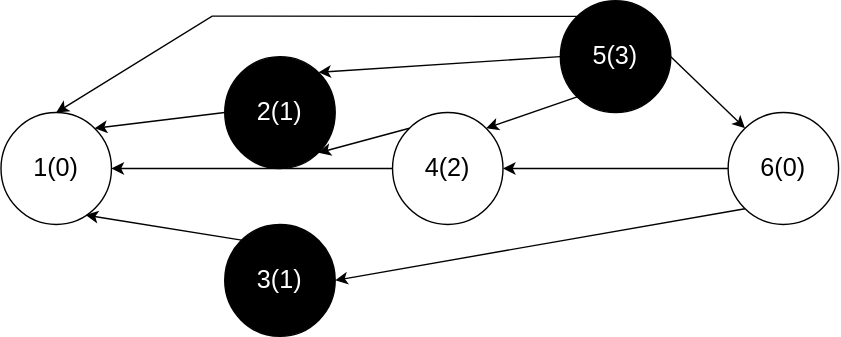
Before: graphs/game.svg, a diagram exported from draw.io (kochkozharov/dm-kursa4). Source tidied: cells renumbered, new cells last; positions are measured from the earlier drawing's top-left corner, leaving out a move shared by most shapes. The source it was exported from:
```xml
<mxGraphModel>
  <root>
    <mxCell id="0" />
    <mxCell id="1" parent="0" />
    <mxCell id="2" value="1(0)" style="ellipse;whiteSpace=wrap;html=1;fontSize=18;" parent="1" vertex="1">
      <mxGeometry y="80" width="79" height="80" as="geometry" />
    </mxCell>
    <mxCell id="3" value="6(0)" style="ellipse;whiteSpace=wrap;html=1;fontSize=18;" parent="1" vertex="1">
      <mxGeometry x="520" y="80" width="79" height="80" as="geometry" />
    </mxCell>
    <mxCell id="4" value="4(2)" style="ellipse;whiteSpace=wrap;html=1;fontSize=18;" parent="1" vertex="1">
      <mxGeometry x="280" y="80" width="79" height="80" as="geometry" />
    </mxCell>
    <mxCell id="5" value="2(1)" style="ellipse;whiteSpace=wrap;html=1;fontSize=18;fontColor=#FFFFFF;fillColor=#000000;" parent="1" vertex="1">
      <mxGeometry x="160" y="40" width="79" height="80" as="geometry" />
    </mxCell>
    <mxCell id="6" value="3(1)" style="ellipse;whiteSpace=wrap;html=1;fontSize=18;fontColor=#FFFFFF;fillColor=#000000;" parent="1" vertex="1">
      <mxGeometry x="160" y="160" width="79" height="80" as="geometry" />
    </mxCell>
    <mxCell id="7" value="5(3)" style="ellipse;whiteSpace=wrap;html=1;fontSize=18;fillColor=#000000;fontColor=#FFFFFF;" parent="1" vertex="1">
      <mxGeometry x="400" width="79" height="80" as="geometry" />
    </mxCell>
    <mxCell id="8" style="endArrow=classic;html=1;rounded=0;exitX=0;exitY=0.5;exitDx=0;exitDy=0;entryX=1;entryY=0.5;entryDx=0;entryDy=0;" parent="1" edge="1" source="4" target="2">
      <mxGeometry relative="1" as="geometry" />
    </mxCell>
    <mxCell id="9" style="endArrow=classic;html=1;rounded=0;exitX=0;exitY=0;exitDx=0;exitDy=0;entryX=1;entryY=1;entryDx=0;entryDy=0;" parent="1" edge="1" source="4" target="5">
      <mxGeometry relative="1" as="geometry" />
    </mxCell>
    <mxCell id="10" style="endArrow=classic;html=1;rounded=0;exitX=0;exitY=0.5;exitDx=0;exitDy=0;entryX=1;entryY=0;entryDx=0;entryDy=0;" parent="1" edge="1" source="5" target="2">
      <mxGeometry relative="1" as="geometry" />
    </mxCell>
    <mxCell id="11" style="endArrow=classic;html=1;rounded=0;exitX=0;exitY=0;exitDx=0;exitDy=0;entryX=0.766;entryY=0.916;entryDx=0;entryDy=0;entryPerimeter=0;" parent="1" edge="1" source="6" target="2">
      <mxGeometry relative="1" as="geometry" />
    </mxCell>
    <mxCell id="12" style="endArrow=classic;html=1;rounded=0;entryX=1;entryY=0;entryDx=0;entryDy=0;exitX=0;exitY=0.5;exitDx=0;exitDy=0;" parent="1" edge="1" source="7" target="5">
      <mxGeometry relative="1" as="geometry" />
    </mxCell>
    <mxCell id="13" style="endArrow=classic;html=1;rounded=0;exitX=0;exitY=1;exitDx=0;exitDy=0;entryX=1;entryY=0;entryDx=0;entryDy=0;" parent="1" edge="1" source="7" target="4">
      <mxGeometry relative="1" as="geometry" />
    </mxCell>
    <mxCell id="14" style="endArrow=classic;html=1;rounded=0;exitX=0;exitY=0.5;exitDx=0;exitDy=0;entryX=1;entryY=0.5;entryDx=0;entryDy=0;" parent="1" edge="1" source="3" target="4">
      <mxGeometry relative="1" as="geometry" />
    </mxCell>
    <mxCell id="15" style="endArrow=classic;html=1;rounded=0;exitX=1;exitY=0.5;exitDx=0;exitDy=0;entryX=0;entryY=0;entryDx=0;entryDy=0;" parent="1" edge="1" source="7" target="3">
      <mxGeometry relative="1" as="geometry" />
    </mxCell>
    <mxCell id="16" style="endArrow=classic;html=1;rounded=0;exitX=0;exitY=1;exitDx=0;exitDy=0;entryX=1;entryY=0.5;entryDx=0;entryDy=0;" parent="1" edge="1" source="3" target="6">
      <mxGeometry relative="1" as="geometry" />
    </mxCell>
    <mxCell id="17" style="endArrow=classic;html=1;rounded=0;entryX=0.5;entryY=0;entryDx=0;entryDy=0;exitX=0;exitY=0;exitDx=0;exitDy=0;" parent="1" edge="1" source="7" target="2">
      <mxGeometry relative="1" as="geometry">
        <Array as="points">
          <mxPoint x="151" y="11" />
        </Array>
      </mxGeometry>
    </mxCell>
  </root>
</mxGraphModel>
```
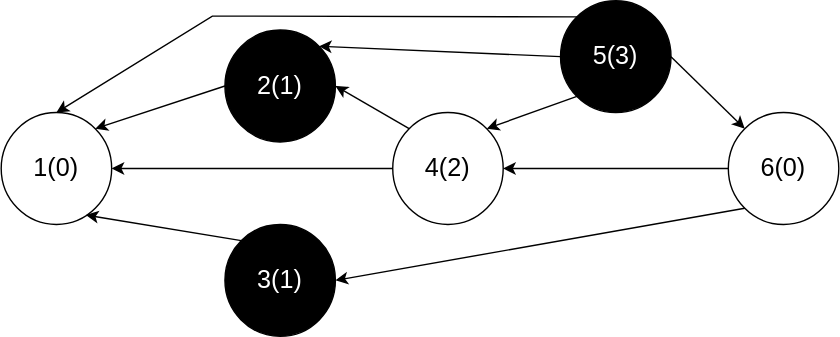
The same file after the commit.

Change to the diagram source:
```diff
@@ -12,7 +12,7 @@
       <mxGeometry x="280" y="80" width="79" height="80" as="geometry" />
     </mxCell>
     <mxCell id="5" value="2(1)" style="ellipse;whiteSpace=wrap;html=1;fontSize=18;fontColor=#FFFFFF;fillColor=#000000;" parent="1" vertex="1">
-      <mxGeometry x="160" y="40" width="79" height="80" as="geometry" />
+      <mxGeometry x="160" y="21" width="79" height="80" as="geometry" />
     </mxCell>
     <mxCell id="6" value="3(1)" style="ellipse;whiteSpace=wrap;html=1;fontSize=18;fontColor=#FFFFFF;fillColor=#000000;" parent="1" vertex="1">
       <mxGeometry x="160" y="160" width="79" height="80" as="geometry" />
@@ -23,7 +23,7 @@
     <mxCell id="8" style="endArrow=classic;html=1;rounded=0;exitX=0;exitY=0.5;exitDx=0;exitDy=0;entryX=1;entryY=0.5;entryDx=0;entryDy=0;" parent="1" edge="1" source="4" target="2">
       <mxGeometry relative="1" as="geometry" />
     </mxCell>
-    <mxCell id="9" style="endArrow=classic;html=1;rounded=0;exitX=0;exitY=0;exitDx=0;exitDy=0;entryX=1;entryY=1;entryDx=0;entryDy=0;" parent="1" edge="1" source="4" target="5">
+    <mxCell id="9" style="endArrow=classic;html=1;rounded=0;exitX=0;exitY=0;exitDx=0;exitDy=0;entryX=1;entryY=0.5;entryDx=0;entryDy=0;" parent="1" edge="1" source="4" target="5">
       <mxGeometry relative="1" as="geometry" />
     </mxCell>
     <mxCell id="10" style="endArrow=classic;html=1;rounded=0;exitX=0;exitY=0.5;exitDx=0;exitDy=0;entryX=1;entryY=0;entryDx=0;entryDy=0;" parent="1" edge="1" source="5" target="2">
```
